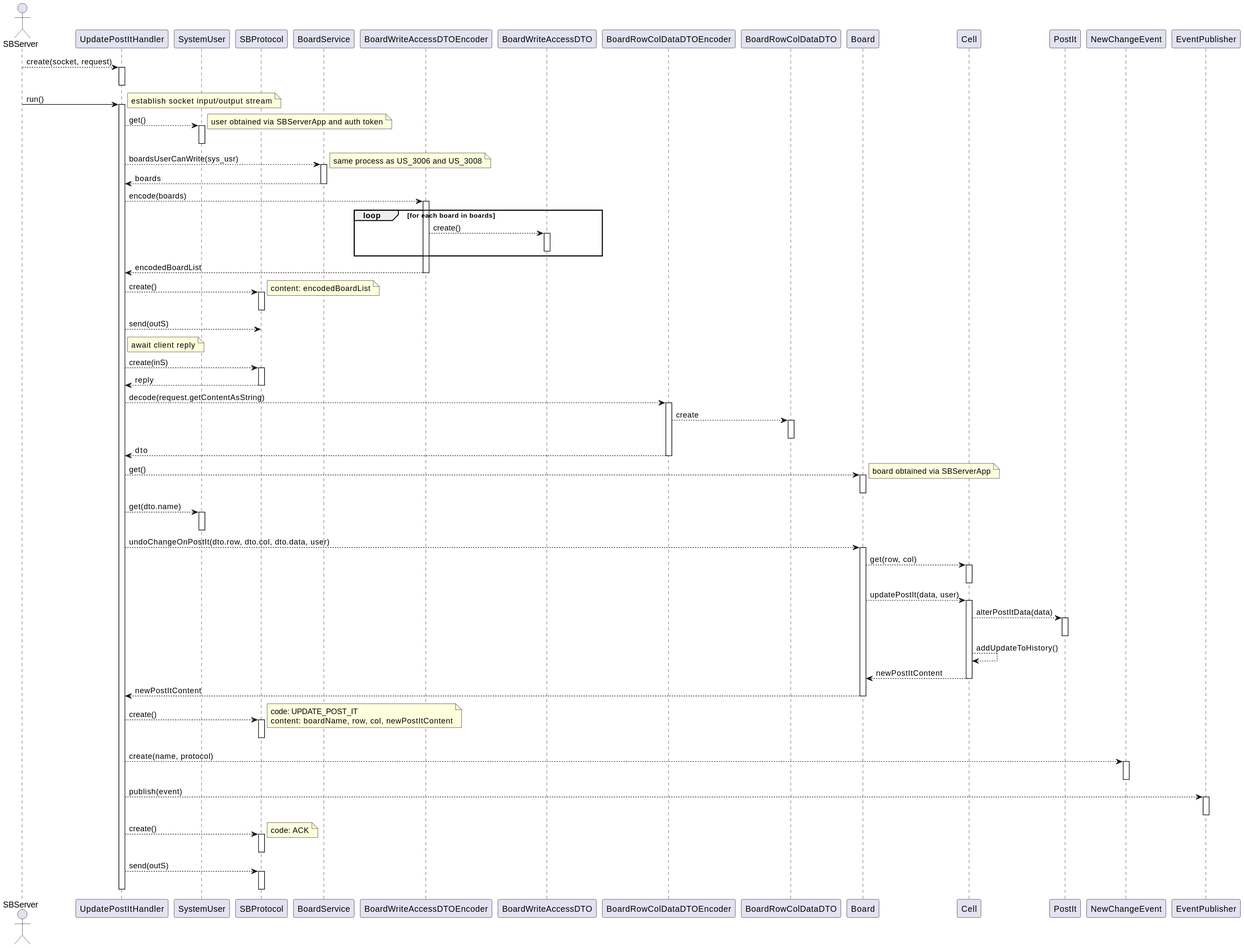
This is docs/us_3007/update_serverSD.svg from jovami/isep-lapr4, a PlantUML export, as it was before one commit.
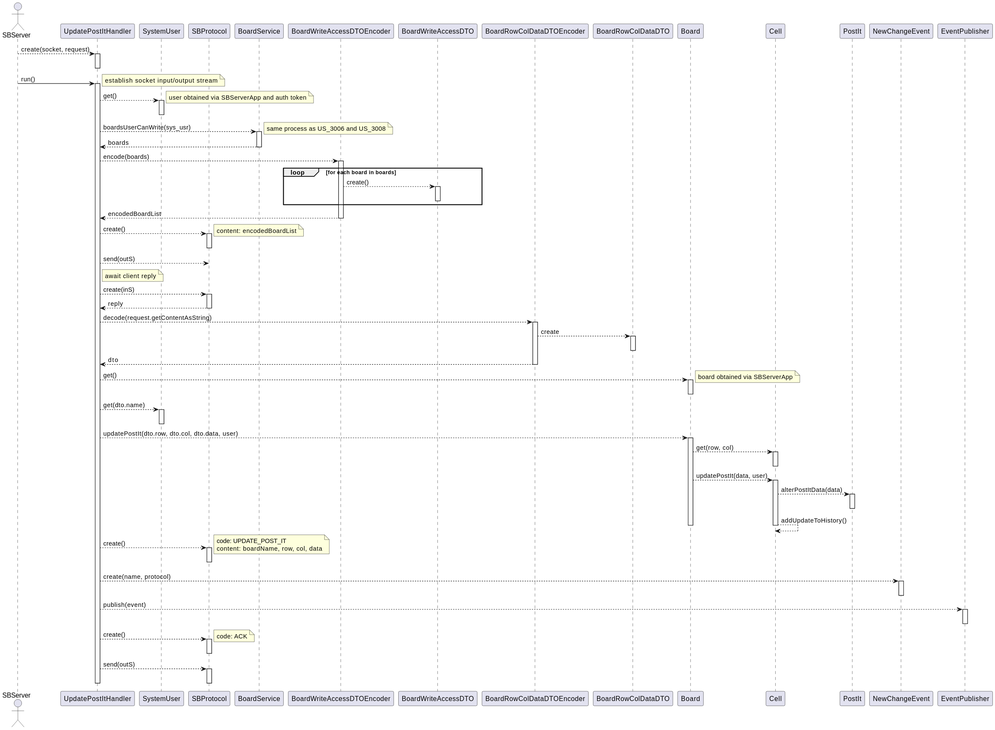
After the commit.

What changed in the source:
```diff
@@ -86,7 +86,7 @@
     activate sys_usr
     deactivate sys_usr
 
-    ctrl --> board : undoChangeOnPostIt(dto.row, dto.col, dto.data, user)
+    ctrl --> board : updatePostIt(dto.row, dto.col, dto.data, user)
     activate board
         board --> cell : get(row, col)
         activate cell
@@ -99,17 +99,13 @@
             deactivate post
 
             cell --> cell : addUpdateToHistory()
-
-            cell --> board : newPostItContent
         deactivate cell
-
-        board --> ctrl : newPostItContent
     deactivate board
 
 
     ctrl --> protocol : create()
     activate protocol
-        note right : code: UPDATE_POST_IT\ncontent: boardName, row, col, newPostItContent
+        note right : code: UPDATE_POST_IT\ncontent: boardName, row, col, data
     deactivate protocol
 
     ctrl --> evt : create(name, protocol)
```
